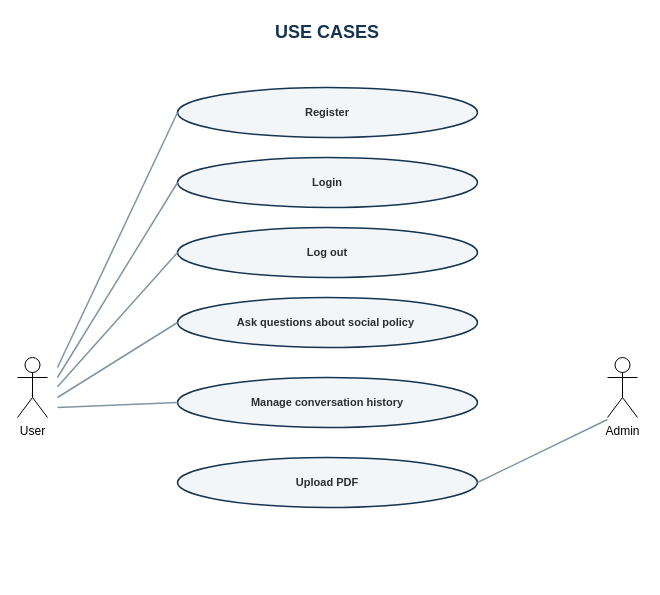
The draw.io diagram use_cases.drawio in Hungcb123/CTU-Chat_bot, before the edit. Source tidied: cells renumbered, new cells numbered last; positions are measured from the earlier drawing's top-left corner, leaving out a move shared by most shapes. Both pictures are drawn from the tidied source at 100%, with x=0, y=0 at pixel (17, 17).
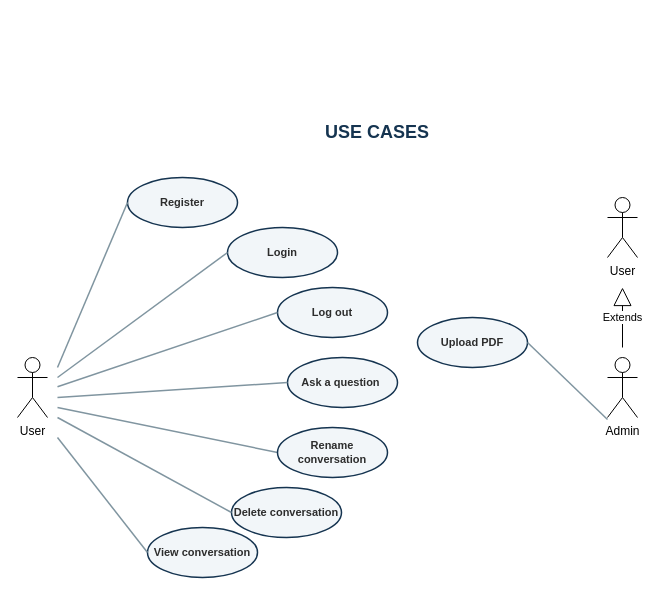
The same page after the edit.

What changed in the source:
```diff
@@
     <mxCell id="2" value="USE CASES" style="text;html=1;strokeColor=none;fillColor=none;align=center;verticalAlign=middle;whiteSpace=wrap;rounded=0;fontSize=18;fontStyle=1;fontColor=#153450;" parent="1" vertex="1">
-      <mxGeometry x="210" width="200" height="30" as="geometry" />
+      <mxGeometry x="260" y="100" width="200" height="30" as="geometry" />
     </mxCell>
     <mxCell id="3" value="Login" style="ellipse;whiteSpace=wrap;html=1;fillColor=#f2f6f9;strokeColor=#153450;strokeWidth=1.5;fontStyle=1;fontSize=11;fontColor=#2d2d2d;" parent="1" vertex="1">
-      <mxGeometry x="160" y="140" width="300" height="50" as="geometry" />
+      <mxGeometry x="210" y="210" width="110" height="50" as="geometry" />
     </mxCell>
-    <mxCell id="4" value="Ask questions about social policy&amp;nbsp;" style="ellipse;whiteSpace=wrap;html=1;fillColor=#f2f6f9;strokeColor=#153450;strokeWidth=1.5;fontStyle=1;fontSize=11;fontColor=#2d2d2d;" parent="1" vertex="1">
-      <mxGeometry x="160" y="280" width="300" height="50" as="geometry" />
+    <mxCell id="4" value="Ask a question&amp;nbsp;" style="ellipse;whiteSpace=wrap;html=1;fillColor=#f2f6f9;strokeColor=#153450;strokeWidth=1.5;fontStyle=1;fontSize=11;fontColor=#2d2d2d;" parent="1" vertex="1">
+      <mxGeometry x="270" y="340" width="110" height="50" as="geometry" />
     </mxCell>
-    <mxCell id="5" value="Manage conversation history" style="ellipse;whiteSpace=wrap;html=1;fillColor=#f2f6f9;strokeColor=#153450;strokeWidth=1.5;fontStyle=1;fontSize=11;fontColor=#2d2d2d;" parent="1" vertex="1">
-      <mxGeometry x="160" y="360" width="300" height="50" as="geometry" />
-    </mxCell>
     <mxCell id="6" value="Upload PDF" style="ellipse;whiteSpace=wrap;html=1;fillColor=#f2f6f9;strokeColor=#153450;strokeWidth=1.5;fontStyle=1;fontSize=11;fontColor=#2d2d2d;" parent="1" vertex="1">
-      <mxGeometry x="160" y="440" width="300" height="50" as="geometry" />
+      <mxGeometry x="400" y="300" width="110" height="50" as="geometry" />
     </mxCell>
@@
-    <mxCell id="9" style="edgeStyle=none;html=1;endArrow=none;endFill=0;strokeColor=#8095a0;strokeWidth=1.5;entryX=0;entryY=0.5;entryDx=0;entryDy=0;" parent="1" edge="1" target="5">
+    <mxCell id="9" style="edgeStyle=none;html=1;endArrow=none;endFill=0;strokeColor=#8095a0;strokeWidth=1.5;entryX=0;entryY=0.5;entryDx=0;entryDy=0;" parent="1" edge="1" target="19">
       <mxGeometry relative="1" as="geometry">
         <mxPoint x="40" y="390" as="sourcePoint" />
       </mxGeometry>
     </mxCell>
@@
     <mxCell id="13" value="Log out" style="ellipse;whiteSpace=wrap;html=1;fillColor=#f2f6f9;strokeColor=#153450;strokeWidth=1.5;fontStyle=1;fontSize=11;fontColor=#2d2d2d;" parent="1" vertex="1">
-      <mxGeometry x="160" y="210" width="300" height="50" as="geometry" />
+      <mxGeometry x="260" y="270" width="110" height="50" as="geometry" />
     </mxCell>
     <mxCell id="14" value="Register" style="ellipse;whiteSpace=wrap;html=1;fillColor=#f2f6f9;strokeColor=#153450;strokeWidth=1.5;fontStyle=1;fontSize=11;fontColor=#2d2d2d;" parent="1" vertex="1">
-      <mxGeometry x="160" y="70" width="300" height="50" as="geometry" />
+      <mxGeometry x="110" y="160" width="110" height="50" as="geometry" />
     </mxCell>
@@
+    <mxCell id="17" value="Extends" style="endArrow=block;endSize=16;endFill=0;html=1;rounded=0;" parent="1" edge="1">
+      <mxGeometry relative="1" as="geometry">
+        <mxPoint x="605" y="330" as="sourcePoint" />
+        <mxPoint x="605" y="270" as="targetPoint" />
+      </mxGeometry>
+    </mxCell>
+    <mxCell id="18" value="User" style="shape=umlActor;verticalLabelPosition=bottom;verticalAlign=top;html=1;" parent="1" vertex="1">
+      <mxGeometry x="590" y="180" width="30" height="60" as="geometry" />
+    </mxCell>
+    <mxCell id="19" value="Rename conversation" style="ellipse;whiteSpace=wrap;html=1;fillColor=#f2f6f9;strokeColor=#153450;strokeWidth=1.5;fontStyle=1;fontSize=11;fontColor=#2d2d2d;" parent="1" vertex="1">
+      <mxGeometry x="260" y="410" width="110" height="50" as="geometry" />
+    </mxCell>
+    <mxCell id="20" value="Delete conversation" style="ellipse;whiteSpace=wrap;html=1;fillColor=#f2f6f9;strokeColor=#153450;strokeWidth=1.5;fontStyle=1;fontSize=11;fontColor=#2d2d2d;" parent="1" vertex="1">
+      <mxGeometry x="214" y="470" width="110" height="50" as="geometry" />
+    </mxCell>
+    <mxCell id="21" value="View conversation" style="ellipse;whiteSpace=wrap;html=1;fillColor=#f2f6f9;strokeColor=#153450;strokeWidth=1.5;fontStyle=1;fontSize=11;fontColor=#2d2d2d;" parent="1" vertex="1">
+      <mxGeometry x="130" y="510" width="110" height="50" as="geometry" />
+    </mxCell>
+    <mxCell id="22" style="edgeStyle=none;html=1;endArrow=none;endFill=0;strokeColor=#8095a0;strokeWidth=1.5;entryX=0;entryY=0.5;entryDx=0;entryDy=0;" parent="1" edge="1" target="20">
+      <mxGeometry relative="1" as="geometry">
+        <mxPoint x="40" y="400" as="sourcePoint" />
+      </mxGeometry>
+    </mxCell>
+    <mxCell id="23" style="edgeStyle=none;html=1;endArrow=none;endFill=0;strokeColor=#8095a0;strokeWidth=1.5;entryX=0;entryY=0.5;entryDx=0;entryDy=0;" parent="1" edge="1" target="21">
+      <mxGeometry relative="1" as="geometry">
+        <mxPoint x="40" y="420" as="sourcePoint" />
+      </mxGeometry>
+    </mxCell>
```
